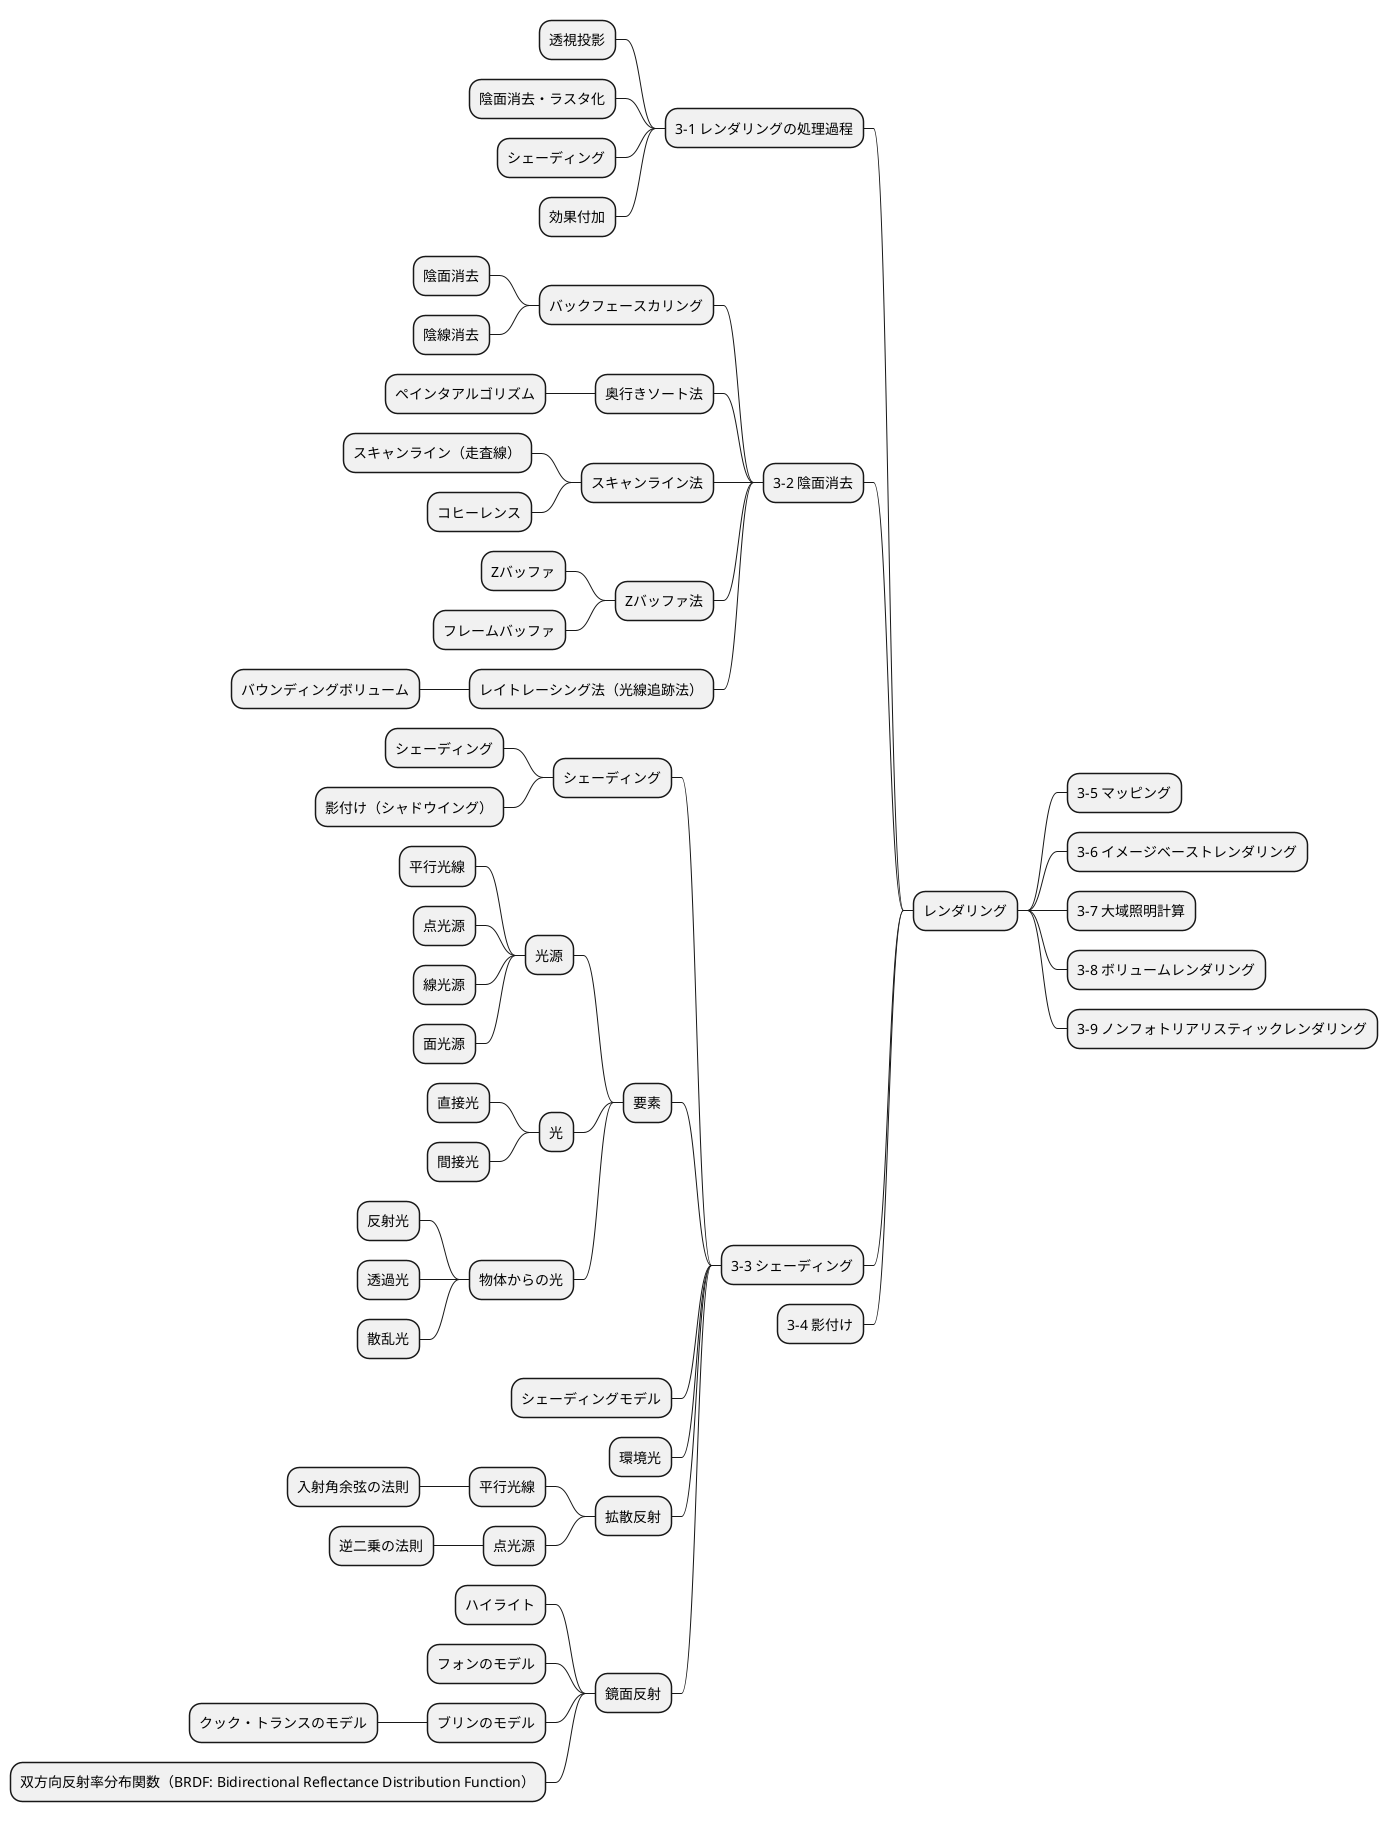
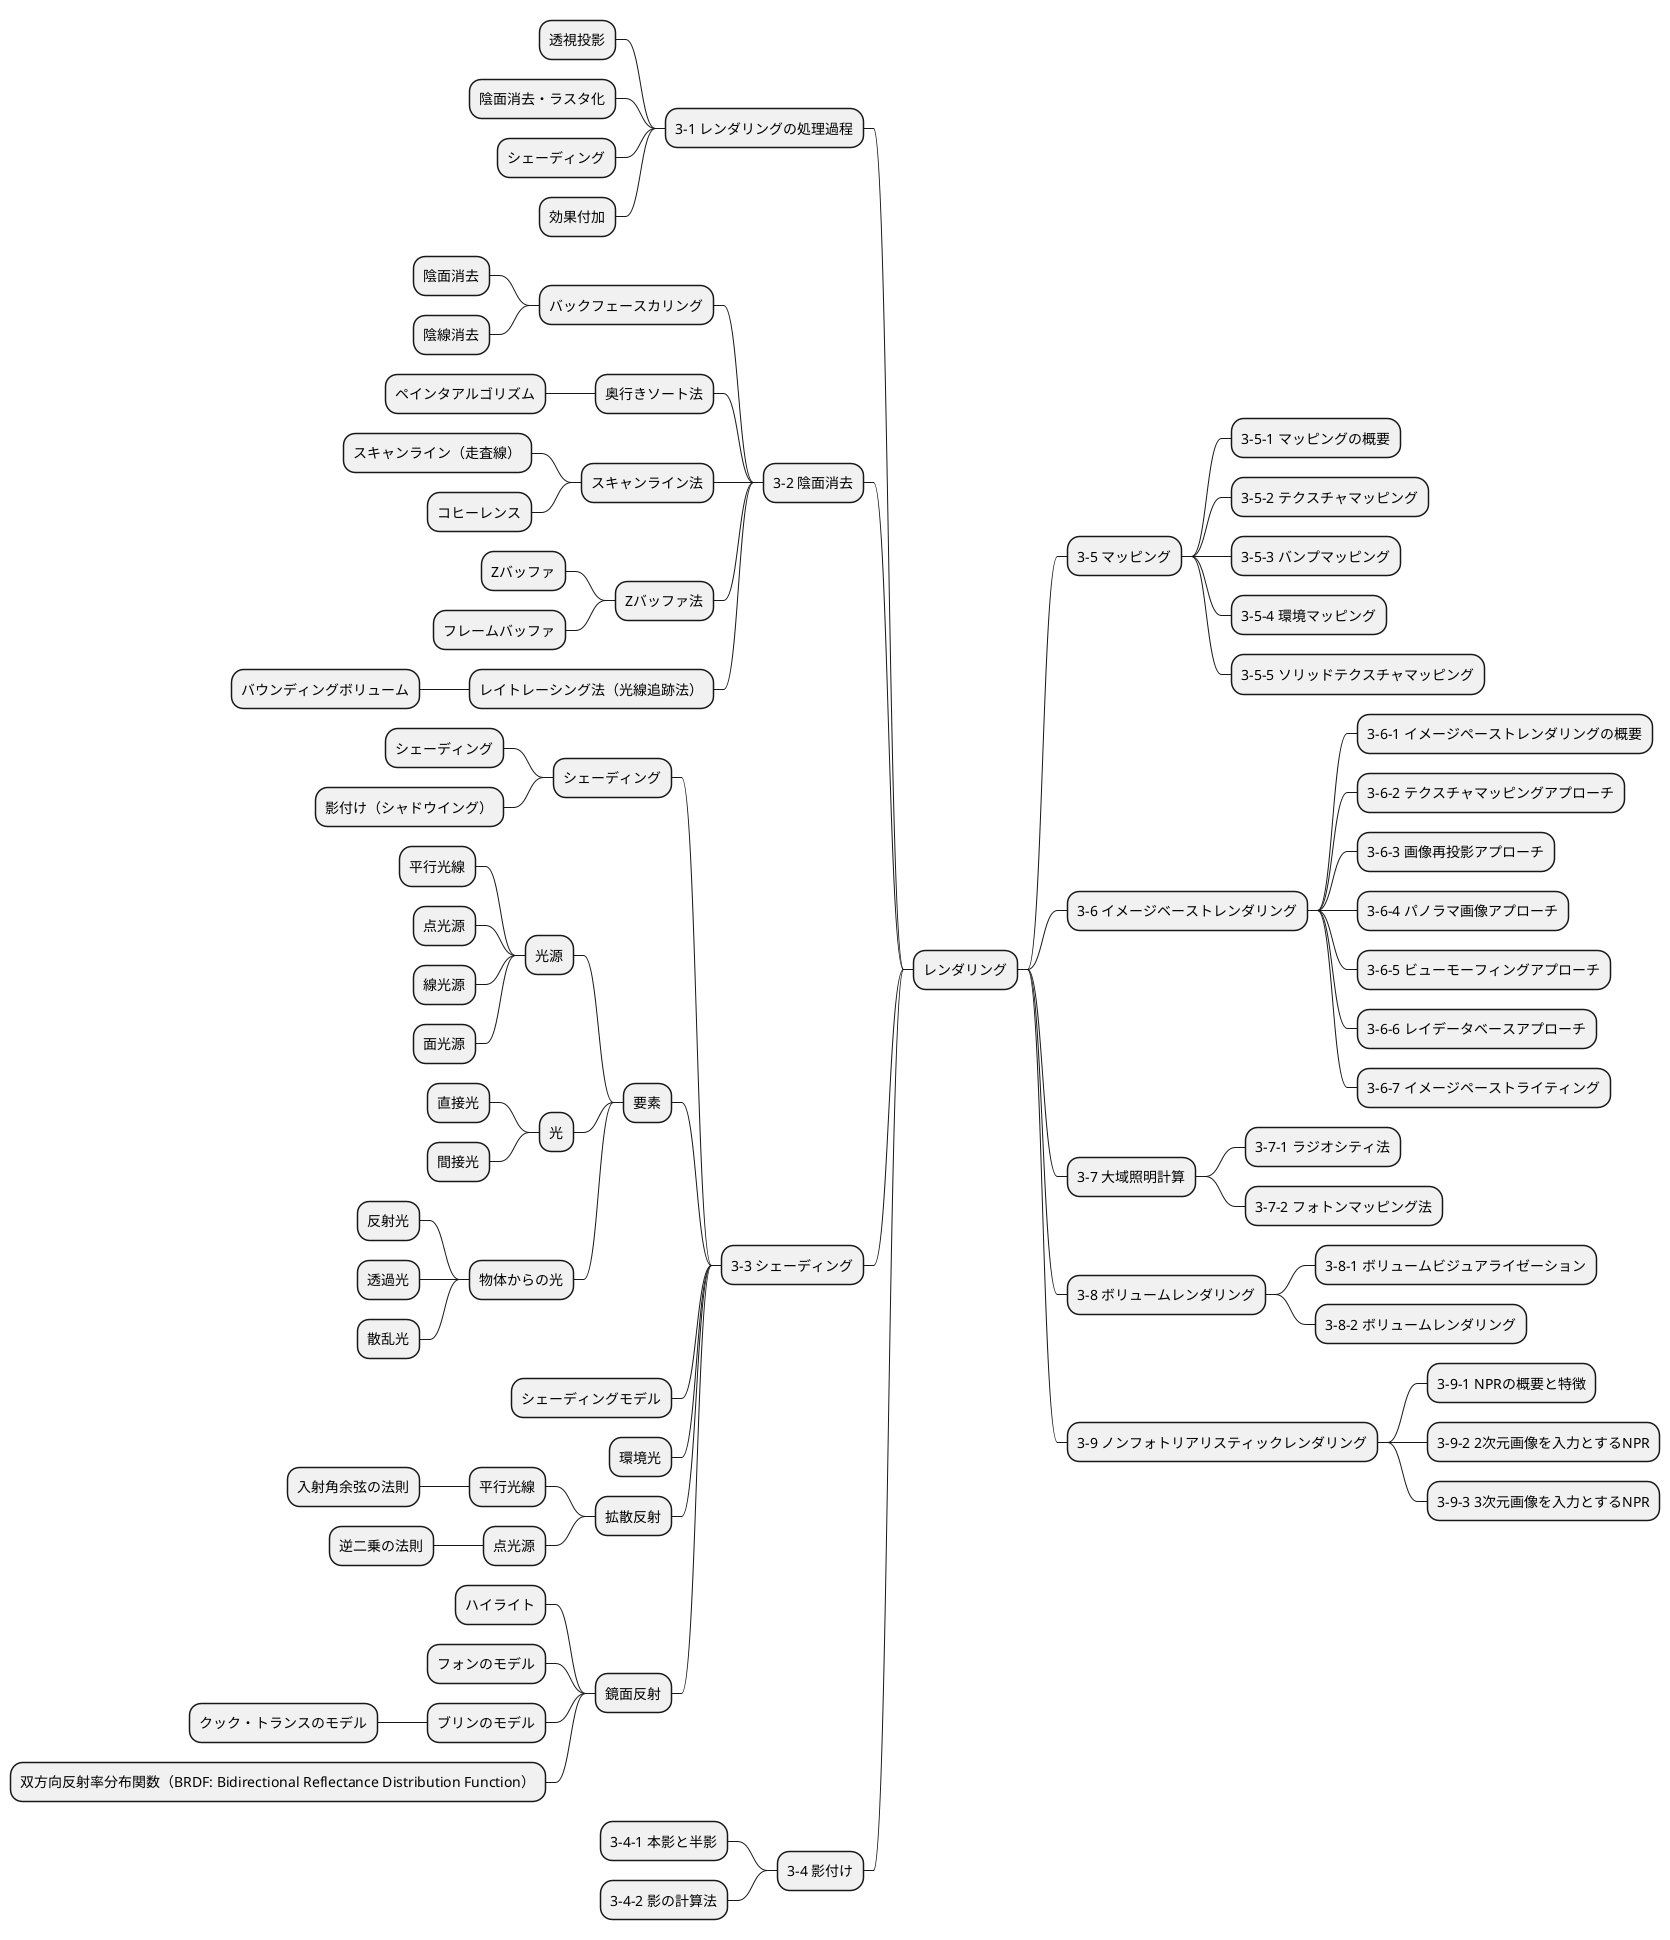
@startmindmap img_proc_basic_03
+ レンダリング

-- 3-1 レンダリングの処理過程
--- 透視投影
--- 陰面消去・ラスタ化
--- シェーディング
--- 効果付加

-- 3-2 陰面消去
--- バックフェースカリング
---- 陰面消去
---- 陰線消去
--- 奥行きソート法
---- ペインタアルゴリズム
--- スキャンライン法
---- スキャンライン（走査線）
---- コヒーレンス
--- Zバッファ法
---- Zバッファ
---- フレームバッファ
--- レイトレーシング法（光線追跡法）
---- バウンディングボリューム

-- 3-3 シェーディング
--- シェーディング
---- シェーディング
---- 影付け（シャドウイング）
--- 要素
---- 光源
----- 平行光線
----- 点光源
----- 線光源
----- 面光源
---- 光
----- 直接光
----- 間接光
---- 物体からの光
----- 反射光
----- 透過光
----- 散乱光
--- シェーディングモデル
--- 環境光
--- 拡散反射
---- 平行光線
----- 入射角余弦の法則
---- 点光源
----- 逆二乗の法則
--- 鏡面反射
---- ハイライト
---- フォンのモデル
---- ブリンのモデル
----- クック・トランスのモデル
---- 双方向反射率分布関数（BRDF: Bidirectional Reflectance Distribution Function）

-- 3-4 影付け
+ --- 3-4-1 本影と半影
+ --- 3-4-2 影の計算法
++ 3-5 マッピング
+ +++ 3-5-1 マッピングの概要
+ +++ 3-5-2 テクスチャマッピング
+ +++ 3-5-3 バンプマッピング
+ +++ 3-5-4 環境マッピング
+ +++ 3-5-5 ソリッドテクスチャマッピング
++ 3-6 イメージベーストレンダリング
+ +++ 3-6-1 イメージペーストレンダリングの概要
+ +++ 3-6-2 テクスチャマッピングアプローチ
+ +++ 3-6-3 画像再投影アプローチ
+ +++ 3-6-4 パノラマ画像アプローチ
+ +++ 3-6-5 ビューモーフィングアプローチ
+ +++ 3-6-6 レイデータベースアプローチ
+ +++ 3-6-7 イメージペーストライティング
++ 3-7 大域照明計算
+ +++ 3-7-1 ラジオシティ法
+ +++ 3-7-2 フォトンマッピング法
++ 3-8 ボリュームレンダリング
+ +++ 3-8-1 ボリュームビジュアライゼーション
+ +++ 3-8-2 ボリュームレンダリング
++ 3-9 ノンフォトリアリスティックレンダリング
+ +++ 3-9-1 NPRの概要と特徴
+ +++ 3-9-2 2次元画像を入力とするNPR
+ +++ 3-9-3 3次元画像を入力とするNPR
@endmindmap